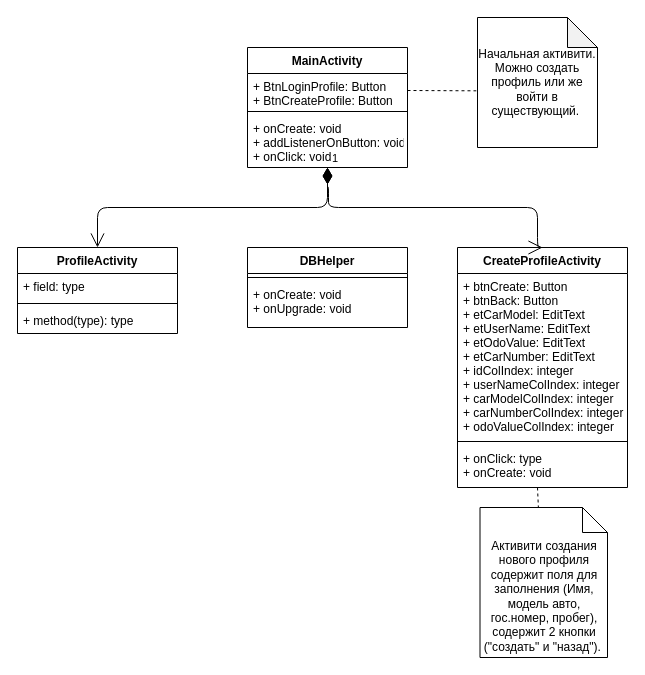
Before: ClassDiagram.drawio in Ye11ow9896/Course_project, a draw.io diagram. Source tidied: cells renumbered, new cells numbered last; positions are measured from the earlier drawing's top-left corner, leaving out a move shared by most shapes. Both pictures are drawn from the tidied source at 100%, with x=0, y=0 at pixel (17, 17).
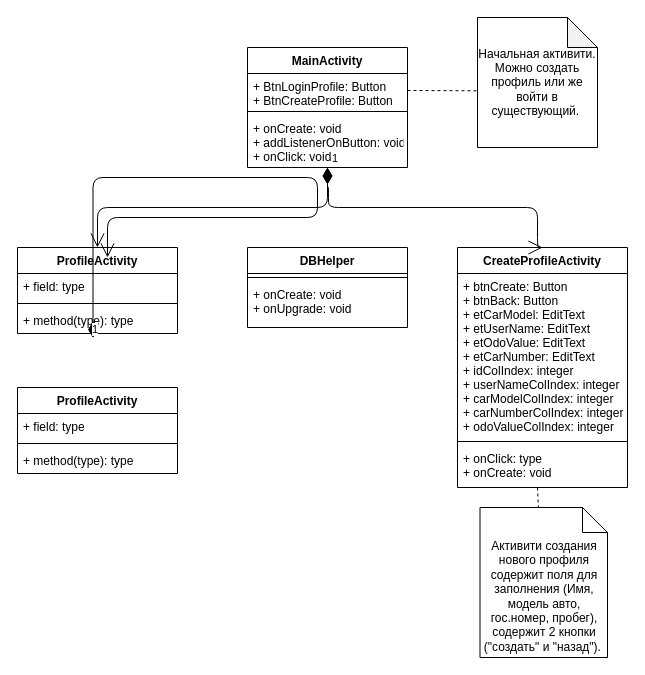
The same diagram, later.

Unchanged cells that the change refers to:
```xml
<mxCell id="8" value="+ method(type): type" style="text;strokeColor=none;fillColor=none;align=left;verticalAlign=top;spacingLeft=4;spacingRight=4;overflow=hidden;points=[[0,0.5],[1,0.5]];portConstraint=eastwest;" parent="5" vertex="1">
  <mxGeometry y="60" width="160" height="26" as="geometry" />
</mxCell>
```

Diff of the diagram source:
```diff
@@
+    <mxCell id="23" value="ProfileActivity" style="swimlane;fontStyle=1;align=center;verticalAlign=top;horizontal=1;startSize=26;" parent="1" vertex="1">
+      <mxGeometry y="370" width="160" height="86" as="geometry" />
+    </mxCell>
+    <mxCell id="24" value="+ field: type" style="text;strokeColor=none;fillColor=none;align=left;verticalAlign=top;spacingLeft=4;spacingRight=4;overflow=hidden;" parent="23" vertex="1">
+      <mxGeometry y="26" width="160" height="26" as="geometry" />
+    </mxCell>
+    <mxCell id="25" style="line;strokeWidth=1;fillColor=none;align=left;verticalAlign=middle;spacingTop=-1;spacingLeft=3;spacingRight=3;labelPosition=right;" parent="23" vertex="1">
+      <mxGeometry y="52" width="160" height="8" as="geometry" />
+    </mxCell>
+    <mxCell id="26" value="+ method(type): type" style="text;strokeColor=none;fillColor=none;align=left;verticalAlign=top;spacingLeft=4;spacingRight=4;overflow=hidden;" parent="23" vertex="1">
+      <mxGeometry y="60" width="160" height="26" as="geometry" />
+    </mxCell>
+    <mxCell id="27" value="1" style="endArrow=open;html=1;endSize=12;startArrow=diamondThin;startSize=14;startFill=1;edgeStyle=orthogonalEdgeStyle;align=left;verticalAlign=bottom;exitX=0.472;exitY=1.176;exitDx=0;exitDy=0;exitPerimeter=0;entryX=0.5;entryY=0;entryDx=0;entryDy=0;" parent="1" edge="1" source="8">
+      <mxGeometry x="-1" y="3" relative="1" as="geometry">
+        <mxPoint x="90" y="240" as="targetPoint" />
+        <Array as="points">
+          <mxPoint x="75" y="160" />
+          <mxPoint x="300" y="160" />
+          <mxPoint x="300" y="200" />
+          <mxPoint x="90" y="200" />
+        </Array>
+      </mxGeometry>
+    </mxCell>
```
